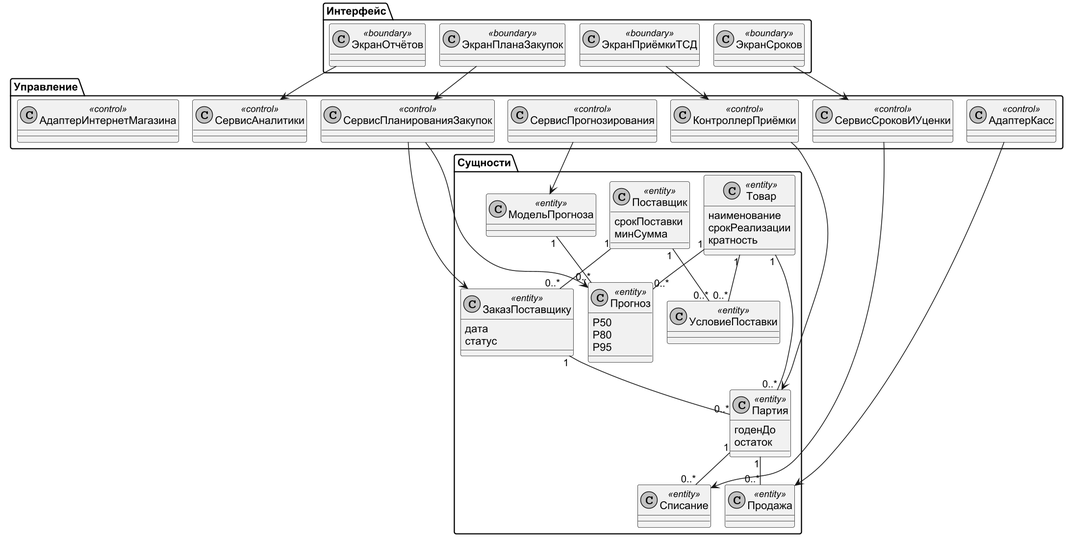
DarkSwordman999/flower-demand-planning keeps this PlantUML diagram as diagrams/uml_classes.png. Above is the earlier version.
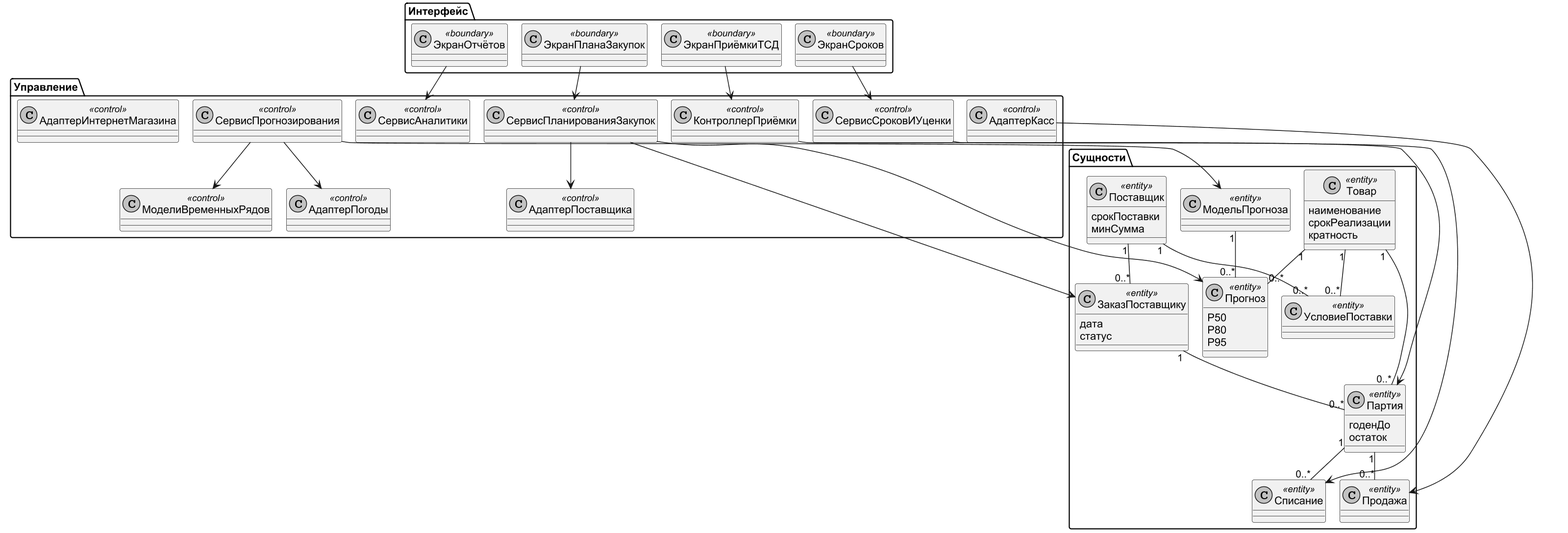
The same diagram one commit later.

What changed in the source:
```diff
@@ -17,8 +17,11 @@
  class СервисПрогнозирования <<control>>
  class СервисСроковИУценки <<control>>
  class СервисАналитики <<control>>
+ class МоделиВременныхРядов <<control>>
  class АдаптерКасс <<control>>
  class АдаптерИнтернетМагазина <<control>>
+ class АдаптерПогоды <<control>>
+ class АдаптерПоставщика <<control>>
 }
 package "Сущности" {
  class Товар <<entity>> {
@@ -55,6 +58,9 @@
 СервисПланированияЗакупок --> Прогноз
 СервисПланированияЗакупок --> ЗаказПоставщику
 СервисПрогнозирования --> МодельПрогноза
+СервисПрогнозирования --> МоделиВременныхРядов
+СервисПрогнозирования --> АдаптерПогоды
+СервисПланированияЗакупок --> АдаптерПоставщика
 КонтроллерПриёмки --> Партия
 СервисСроковИУценки --> Списание
 АдаптерКасс --> Продажа
```
